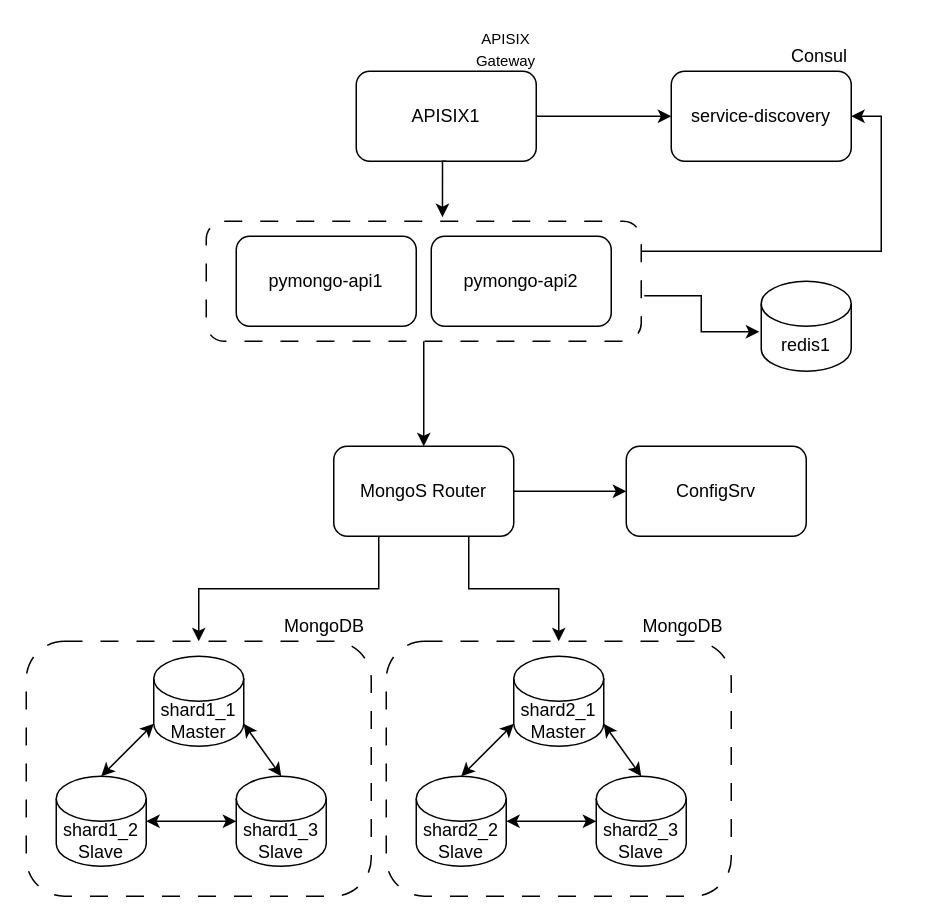
Before: page "04 Add_AppScaling" (5 of 6) of ArchitectSchema.drawio in dftyni/architecture-mesto, a draw.io diagram. Source tidied: cells renumbered, new cells numbered last; positions are measured from the earlier drawing's top-left corner, leaving out a move shared by most shapes. Both pictures are drawn from the tidied source at 150%, with x=0, y=0 at pixel (26, 26).
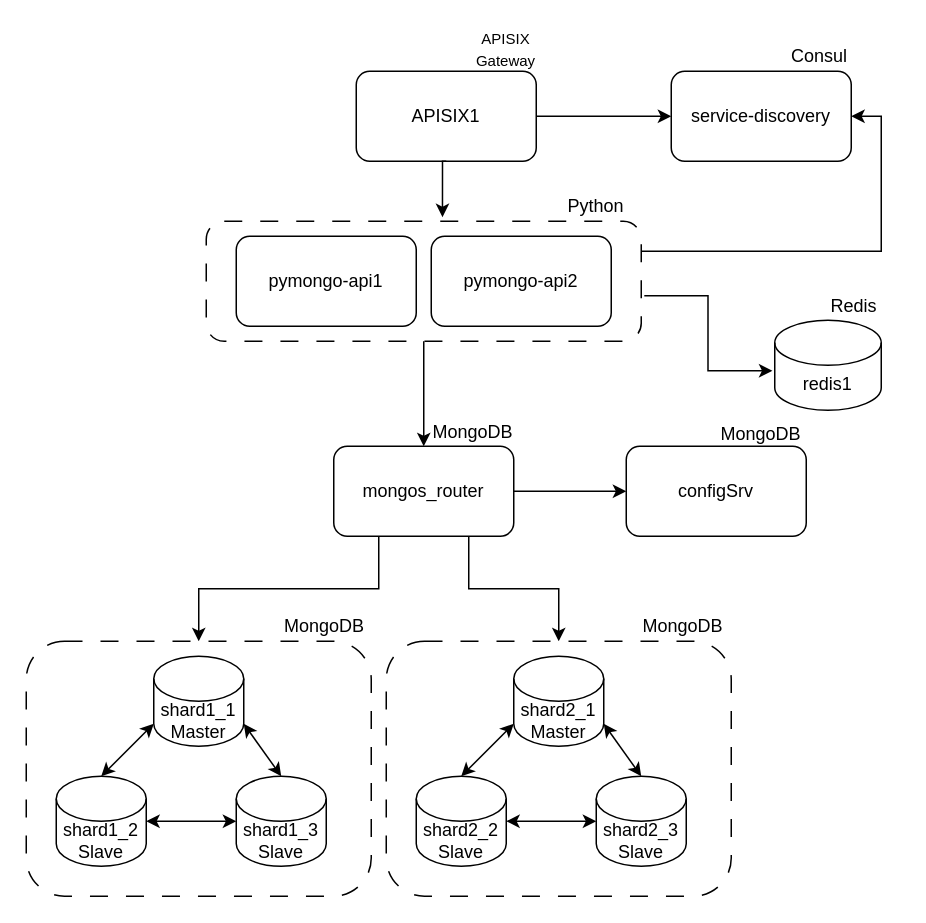
Above is the later version.

Change to the diagram source:
```diff
@@
-    <mxCell id="5" value="ConfigSrv" style="rounded=1;whiteSpace=wrap;html=1;" parent="1" vertex="1">
+    <mxCell id="5" value="configSrv" style="rounded=1;whiteSpace=wrap;html=1;" parent="1" vertex="1">
       <mxGeometry x="400" y="280" width="120" height="60" as="geometry" />
     </mxCell>
-    <mxCell id="6" value="MongoS Router" style="rounded=1;whiteSpace=wrap;html=1;" parent="1" vertex="1">
+    <mxCell id="6" value="mongos_router" style="rounded=1;whiteSpace=wrap;html=1;" parent="1" vertex="1">
       <mxGeometry x="205" y="280" width="120" height="60" as="geometry" />
     </mxCell>
@@
     <mxCell id="25" value="redis1" style="shape=cylinder3;whiteSpace=wrap;html=1;boundedLbl=1;backgroundOutline=1;size=15;" parent="1" vertex="1">
-      <mxGeometry x="490" y="170" width="60" height="60" as="geometry" />
+      <mxGeometry x="499" y="196" width="71" height="60" as="geometry" />
     </mxCell>
@@
+    <mxCell id="36" value="MongoDB" style="text;html=1;align=center;verticalAlign=middle;whiteSpace=wrap;rounded=0;" parent="1" vertex="1">
+      <mxGeometry x="460" y="257" width="60" height="30" as="geometry" />
+    </mxCell>
+    <mxCell id="37" value="MongoDB" style="text;html=1;align=center;verticalAlign=middle;whiteSpace=wrap;rounded=0;" parent="1" vertex="1">
+      <mxGeometry x="268" y="256" width="60" height="30" as="geometry" />
+    </mxCell>
+    <mxCell id="38" value="Redis" style="text;html=1;align=center;verticalAlign=middle;whiteSpace=wrap;rounded=0;" parent="1" vertex="1">
+      <mxGeometry x="522" y="172" width="60" height="30" as="geometry" />
+    </mxCell>
+    <mxCell id="39" value="Python" style="text;html=1;align=center;verticalAlign=middle;whiteSpace=wrap;rounded=0;" parent="1" vertex="1">
+      <mxGeometry x="350" y="105" width="60" height="30" as="geometry" />
+    </mxCell>
```
